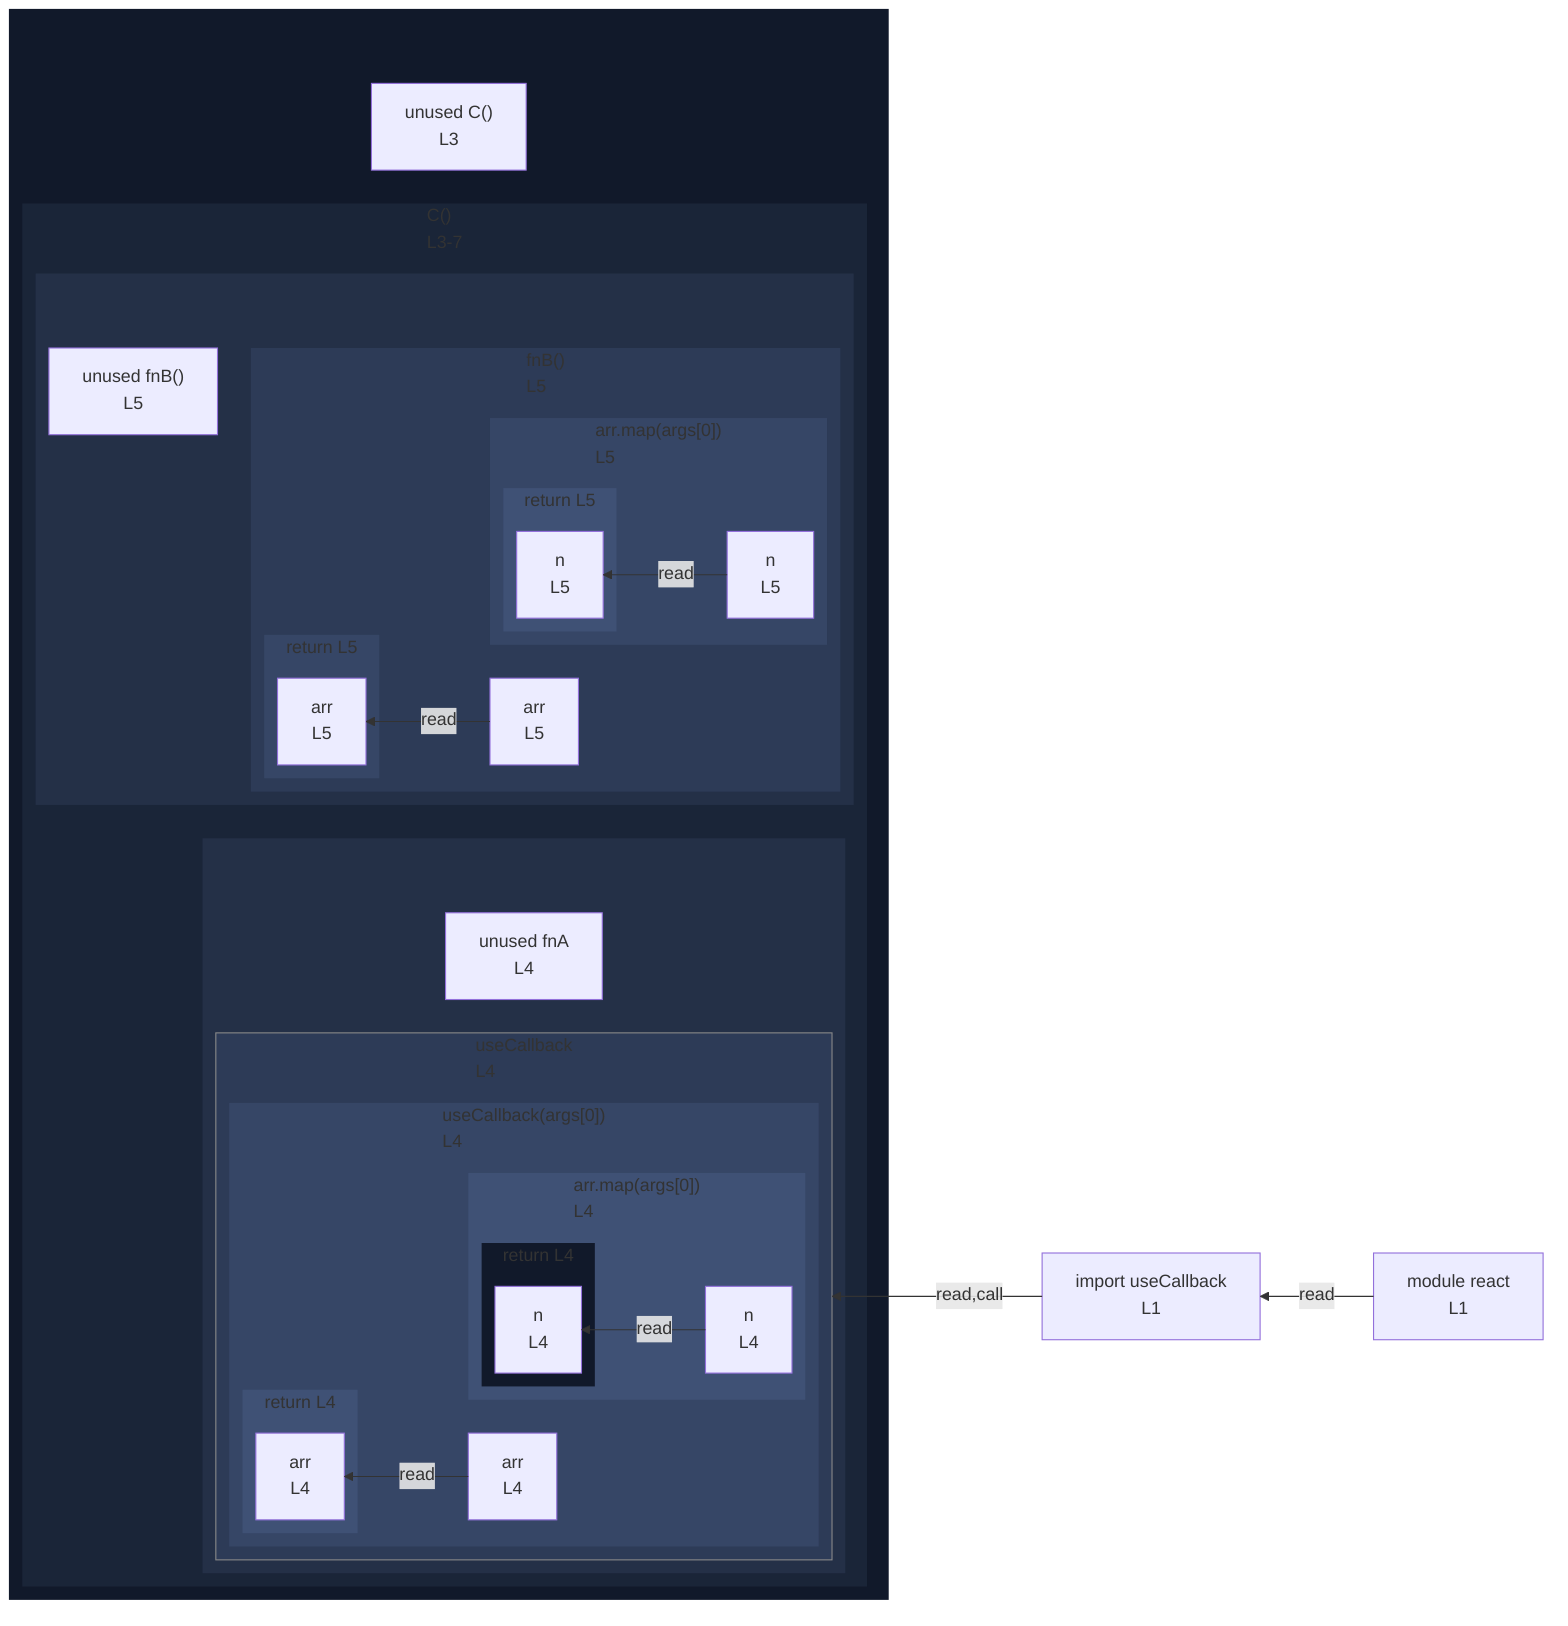
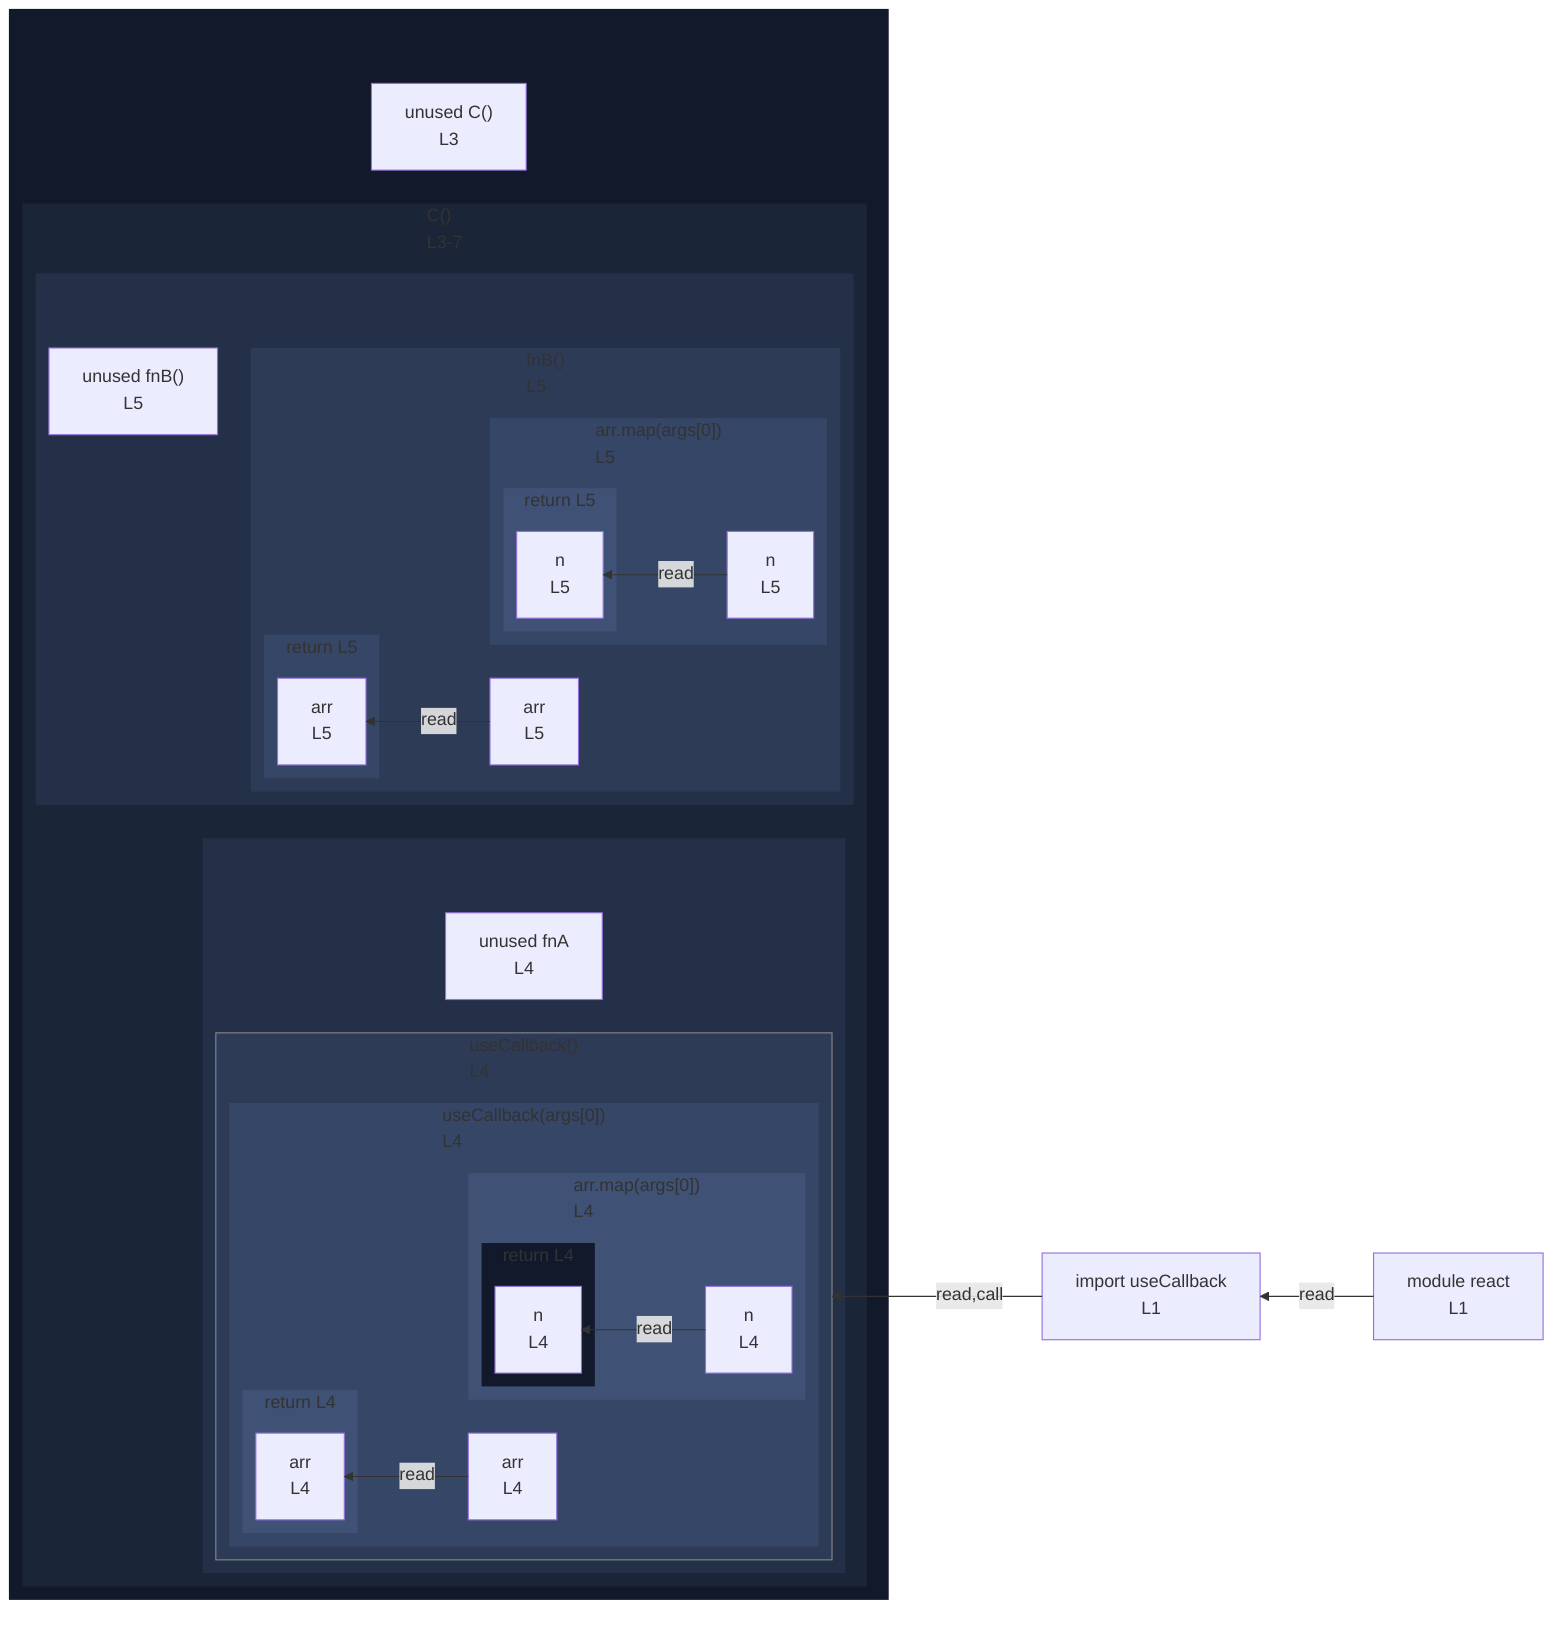
%%{init: {"flowchart": {"defaultRenderer": "elk"}}}%%
flowchart RL
  n_scope_0_useCallback_9["import useCallback<br/>L1"]
  subgraph wrap_s_scope_1[" "]
    direction TB
    n_scope_0_C_44["unused C()<br/>L3"]
    subgraph s_scope_1["C()<br/>L3-7"]
      direction RL
-       subgraph wrap_call_proxy_ref_2[" "]
+       subgraph wrap_call_proxy_70[" "]
        direction TB
        n_scope_1_fnA_64["unused fnA<br/>L4"]
-         subgraph call_proxy_ref_2["useCallback<br/>L4"]
+         subgraph call_proxy_70["useCallback()<br/>L4"]
          direction RL
          subgraph s_scope_2["useCallback(args[0])<br/>L4"]
            direction RL
            n_scope_2_arr_83["arr<br/>L4"]
            subgraph s_scope_3["arr.map(args[0])<br/>L4"]
              direction RL
              n_scope_3_n_110["n<br/>L4"]
              subgraph s_return_scope_0_C_44_116_121["return L4"]
                direction RL
                ret_use_ref_4["n<br/>L4"]
              end
            end
            subgraph s_return_scope_0_C_44_101_122["return L4"]
              direction RL
              ret_use_ref_3["arr<br/>L4"]
            end
          end
        end
      end
      subgraph wrap_s_scope_4[" "]
        direction TB
        n_scope_1_fnB_137["unused fnB()<br/>L5"]
        subgraph s_scope_4["fnB()<br/>L5"]
          direction RL
          n_scope_4_arr_144["arr<br/>L5"]
          subgraph s_scope_5["arr.map(args[0])<br/>L5"]
            direction RL
            n_scope_5_n_171["n<br/>L5"]
            subgraph s_return_scope_1_fnB_137_177_182["return L5"]
              direction RL
              ret_use_ref_7["n<br/>L5"]
            end
          end
          subgraph s_return_scope_1_fnB_137_162_183["return L5"]
            direction RL
            ret_use_ref_6["arr<br/>L5"]
          end
        end
      end
    end
  end
-   n_scope_0_useCallback_9 -->|read,call| call_proxy_ref_2
+   n_scope_0_useCallback_9 -->|read,call| call_proxy_70
  n_scope_2_arr_83 -->|read| ret_use_ref_3
  n_scope_3_n_110 -->|read| ret_use_ref_4
  n_scope_4_arr_144 -->|read| ret_use_ref_6
  n_scope_5_n_171 -->|read| ret_use_ref_7
  mod_react["module react<br/>L1"]
  mod_react -->|read| n_scope_0_useCallback_9
  classDef nestL1 fill:#11192a,stroke:transparent;
  class wrap_s_scope_1 nestL1;
  class s_return_scope_0_C_44_116_121 nestL1;
  classDef nestL2 fill:#1a2538,stroke:transparent;
  class s_scope_1 nestL2;
  classDef nestL3 fill:#243047,stroke:transparent;
-   class wrap_call_proxy_ref_2 nestL3;
+   class wrap_call_proxy_70 nestL3;
  class wrap_s_scope_4 nestL3;
  classDef nestL4 fill:#2d3b57,stroke:transparent;
-   class call_proxy_ref_2 nestL4;
+   class call_proxy_70 nestL4;
  class s_scope_4 nestL4;
  classDef nestL5 fill:#364666,stroke:transparent;
  class s_scope_2 nestL5;
  class s_scope_5 nestL5;
  class s_return_scope_1_fnB_137_162_183 nestL5;
  classDef nestL6 fill:#3f5175,stroke:transparent;
  class s_scope_3 nestL6;
  class s_return_scope_0_C_44_101_122 nestL6;
  class s_return_scope_1_fnB_137_177_182 nestL6;
  classDef edgeTargetSubgraph stroke:#888;
-   class call_proxy_ref_2 edgeTargetSubgraph;
+   class call_proxy_70 edgeTargetSubgraph;
